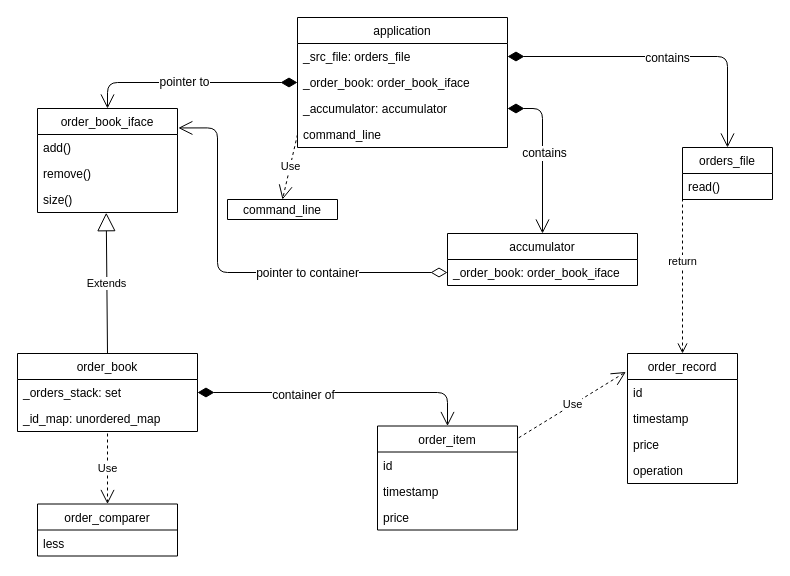
This is Doc/diagram.drawio from quolia/Wargaming_Test_OrderBookCpp, a draw.io file, before an edit. Source tidied: cells renumbered, new cells numbered last; positions are measured from the earlier drawing's top-left corner, leaving out a move shared by most shapes. Both pictures are drawn from the tidied source at 100%, with x=0, y=0 at pixel (17, 17).
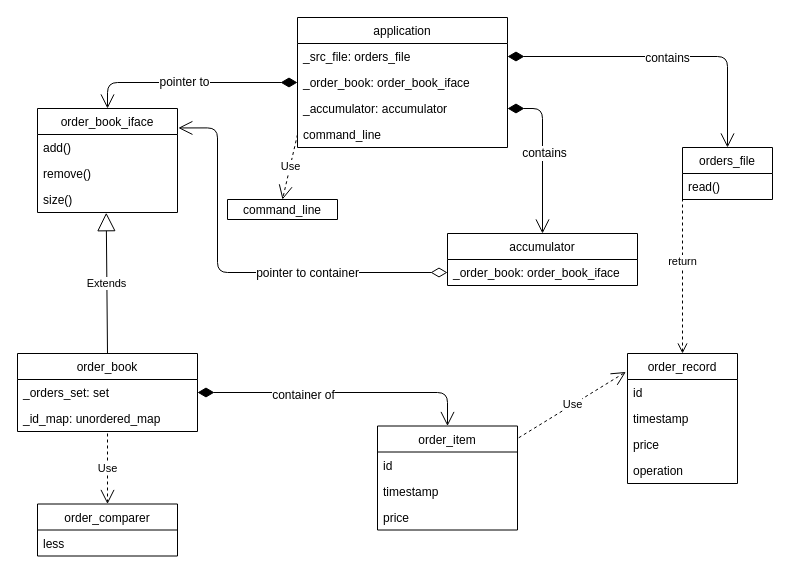
After the change.

Unchanged cells that the change refers to:
```xml
<mxCell id="16" value="order_book" style="swimlane;fontStyle=0;horizontal=1;startSize=26;fillColor=none;" parent="1" vertex="1">
  <mxGeometry y="336" width="180" height="78" as="geometry" />
</mxCell>
```

What changed in the source:
```diff
@@
-    <mxCell id="17" value="_orders_stack: set" style="text;strokeColor=none;fillColor=none;align=left;verticalAlign=top;spacingLeft=4;spacingRight=4;overflow=hidden;points=[[0,0.5],[1,0.5]];portConstraint=eastwest;" parent="16" vertex="1">
+    <mxCell id="17" value="_orders_set: set" style="text;strokeColor=none;fillColor=none;align=left;verticalAlign=top;spacingLeft=4;spacingRight=4;overflow=hidden;points=[[0,0.5],[1,0.5]];portConstraint=eastwest;" parent="16" vertex="1">
       <mxGeometry y="26" width="180" height="26" as="geometry" />
     </mxCell>
```
